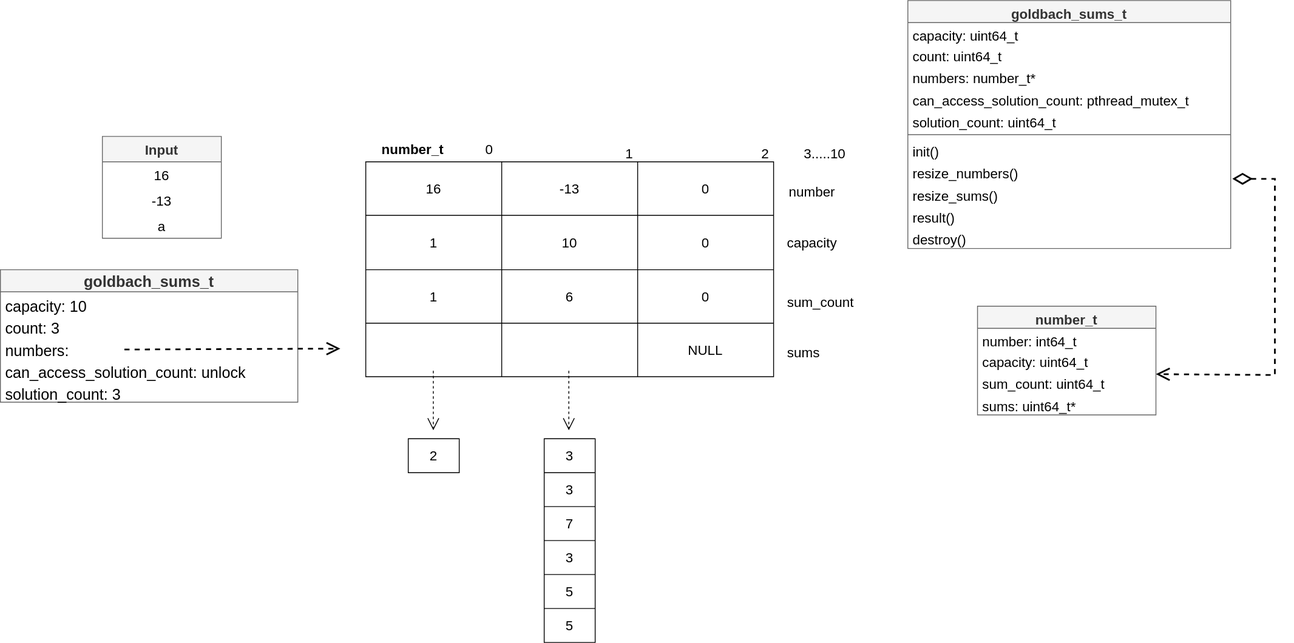
Earlier version of the draw.io export homeworks/goldbach_pthread/design/SVG/EstructuraDeDatos.drawio.svg (daperez03/CI-0117-Parallel-Workshops). Source tidied: cells renumbered, new cells last; positions are measured from the earlier drawing's top-left corner, leaving out a move shared by most shapes.
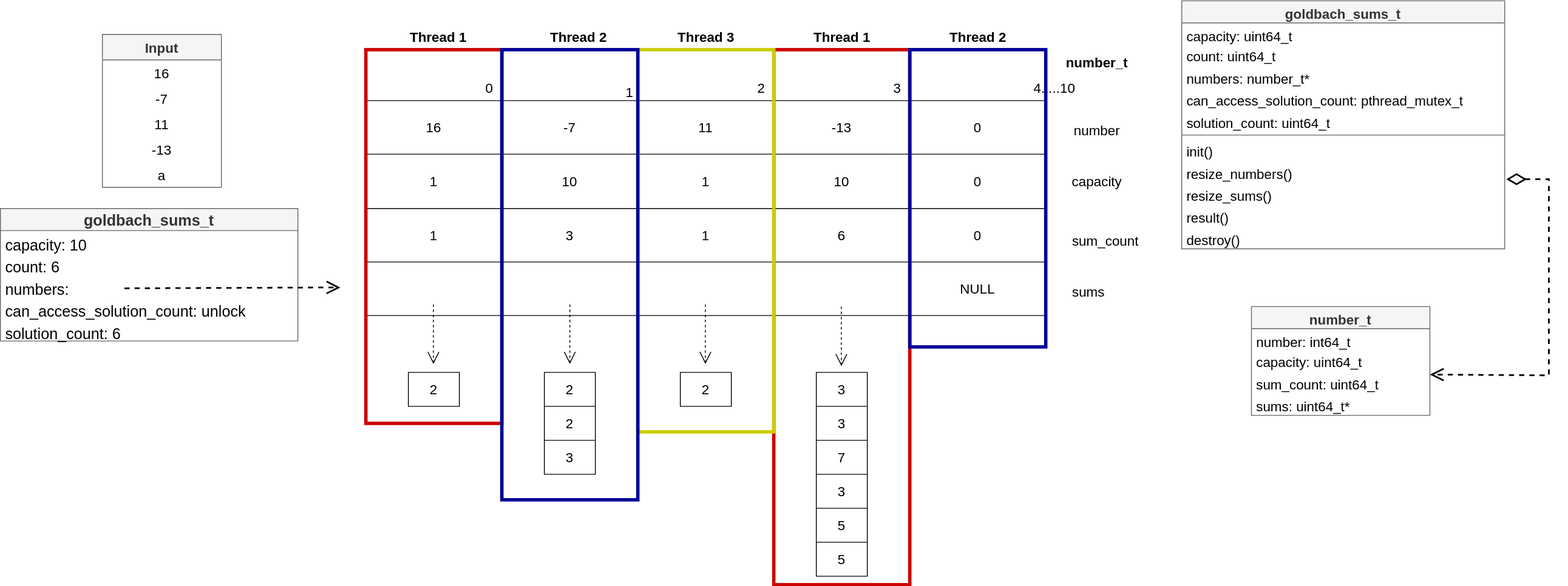
Above is the later version.

Commit message:
Modificacion de diagrama UML, representacion de hilos

What changed in the source:
```diff
@@ -5,6 +5,6 @@
     <mxCell id="2" style="shape=table;html=1;whiteSpace=wrap;startSize=0;fontSize=16;" parent="1" vertex="1">
-      <mxGeometry x="430" y="190" width="480" height="253" as="geometry" />
+      <mxGeometry x="430" y="190" width="800" height="253" as="geometry" />
     </mxCell>
     <mxCell id="3" style="shape=tableRow;horizontal=0;startSize=0;swimlaneHead=0;swimlaneBody=0;top=0;left=0;bottom=0;right=0;fillColor=none;" parent="2" vertex="1">
-      <mxGeometry width="480" height="63" as="geometry" />
+      <mxGeometry width="800" height="63" as="geometry" />
     </mxCell>
@@ -13,10 +13,16 @@
     </mxCell>
+    <mxCell id="75" value="-7" style="shape=partialRectangle;html=1;whiteSpace=wrap;fillColor=none;top=0;left=0;bottom=0;right=0;overflow=hidden;fontSize=16;" parent="3" vertex="1">
+      <mxGeometry x="160" width="160" height="63" as="geometry" />
+    </mxCell>
+    <mxCell id="76" value="&lt;font style=&quot;font-size: 16px;&quot;&gt;11&lt;/font&gt;" style="shape=partialRectangle;html=1;whiteSpace=wrap;fillColor=none;top=0;left=0;bottom=0;right=0;overflow=hidden;" parent="3" vertex="1">
+      <mxGeometry x="320" width="160" height="63" as="geometry" />
+    </mxCell>
     <mxCell id="5" value="&lt;font style=&quot;font-size: 16px;&quot;&gt;-13&lt;/font&gt;" style="shape=partialRectangle;html=1;whiteSpace=wrap;fillColor=none;top=0;left=0;bottom=0;right=0;overflow=hidden;" parent="3" vertex="1">
-      <mxGeometry x="160" width="160" height="63" as="geometry" />
+      <mxGeometry x="480" width="160" height="63" as="geometry" />
     </mxCell>
     <mxCell id="6" value="&lt;font style=&quot;font-size: 16px;&quot;&gt;0&lt;/font&gt;" style="shape=partialRectangle;html=1;whiteSpace=wrap;fillColor=none;top=0;left=0;bottom=0;right=0;overflow=hidden;" parent="3" vertex="1">
-      <mxGeometry x="320" width="160" height="63" as="geometry" />
+      <mxGeometry x="640" width="160" height="63" as="geometry" />
     </mxCell>
     <mxCell id="7" style="shape=tableRow;horizontal=0;startSize=0;swimlaneHead=0;swimlaneBody=0;top=0;left=0;bottom=0;right=0;fillColor=none;fontSize=16;" parent="2" vertex="1">
-      <mxGeometry y="63" width="480" height="64" as="geometry" />
+      <mxGeometry y="63" width="800" height="64" as="geometry" />
     </mxCell>
@@ -25,10 +31,16 @@
     </mxCell>
+    <mxCell id="77" value="10" style="shape=partialRectangle;html=1;whiteSpace=wrap;fillColor=none;top=0;left=0;bottom=0;right=0;overflow=hidden;fontSize=16;" parent="7" vertex="1">
+      <mxGeometry x="160" width="160" height="64" as="geometry" />
+    </mxCell>
+    <mxCell id="78" value="1" style="shape=partialRectangle;html=1;whiteSpace=wrap;fillColor=none;top=0;left=0;bottom=0;right=0;overflow=hidden;fontSize=16;" parent="7" vertex="1">
+      <mxGeometry x="320" width="160" height="64" as="geometry" />
+    </mxCell>
     <mxCell id="9" value="10" style="shape=partialRectangle;html=1;whiteSpace=wrap;fillColor=none;top=0;left=0;bottom=0;right=0;overflow=hidden;fontSize=16;" parent="7" vertex="1">
-      <mxGeometry x="160" width="160" height="64" as="geometry" />
+      <mxGeometry x="480" width="160" height="64" as="geometry" />
     </mxCell>
     <mxCell id="10" value="0" style="shape=partialRectangle;html=1;whiteSpace=wrap;fillColor=none;top=0;left=0;bottom=0;right=0;overflow=hidden;fontSize=16;" parent="7" vertex="1">
-      <mxGeometry x="320" width="160" height="64" as="geometry" />
+      <mxGeometry x="640" width="160" height="64" as="geometry" />
     </mxCell>
     <mxCell id="11" style="shape=tableRow;horizontal=0;startSize=0;swimlaneHead=0;swimlaneBody=0;top=0;left=0;bottom=0;right=0;fillColor=none;fontSize=16;" parent="2" vertex="1">
-      <mxGeometry y="127" width="480" height="63" as="geometry" />
+      <mxGeometry y="127" width="800" height="63" as="geometry" />
     </mxCell>
@@ -37,10 +49,16 @@
     </mxCell>
+    <mxCell id="79" value="3" style="shape=partialRectangle;html=1;whiteSpace=wrap;fillColor=none;top=0;left=0;bottom=0;right=0;overflow=hidden;fontSize=16;" parent="11" vertex="1">
+      <mxGeometry x="160" width="160" height="63" as="geometry" />
+    </mxCell>
+    <mxCell id="80" value="1" style="shape=partialRectangle;html=1;whiteSpace=wrap;fillColor=none;top=0;left=0;bottom=0;right=0;overflow=hidden;fontSize=16;" parent="11" vertex="1">
+      <mxGeometry x="320" width="160" height="63" as="geometry" />
+    </mxCell>
     <mxCell id="13" value="6" style="shape=partialRectangle;html=1;whiteSpace=wrap;fillColor=none;top=0;left=0;bottom=0;right=0;overflow=hidden;fontSize=16;" parent="11" vertex="1">
-      <mxGeometry x="160" width="160" height="63" as="geometry" />
+      <mxGeometry x="480" width="160" height="63" as="geometry" />
     </mxCell>
     <mxCell id="14" value="0" style="shape=partialRectangle;html=1;whiteSpace=wrap;fillColor=none;top=0;left=0;bottom=0;right=0;overflow=hidden;fontSize=16;" parent="11" vertex="1">
-      <mxGeometry x="320" width="160" height="63" as="geometry" />
+      <mxGeometry x="640" width="160" height="63" as="geometry" />
     </mxCell>
     <mxCell id="15" style="shape=tableRow;horizontal=0;startSize=0;swimlaneHead=0;swimlaneBody=0;top=0;left=0;bottom=0;right=0;fillColor=none;fontSize=16;" parent="2" vertex="1">
-      <mxGeometry y="190" width="480" height="63" as="geometry" />
+      <mxGeometry y="190" width="800" height="63" as="geometry" />
     </mxCell>
@@ -49,13 +67,19 @@
     </mxCell>
+    <mxCell id="81" style="shape=partialRectangle;html=1;whiteSpace=wrap;fillColor=none;top=0;left=0;bottom=0;right=0;overflow=hidden;fontSize=16;" parent="15" vertex="1">
+      <mxGeometry x="160" width="160" height="63" as="geometry" />
+    </mxCell>
+    <mxCell id="82" style="shape=partialRectangle;html=1;whiteSpace=wrap;fillColor=none;top=0;left=0;bottom=0;right=0;overflow=hidden;fontSize=16;" parent="15" vertex="1">
+      <mxGeometry x="320" width="160" height="63" as="geometry" />
+    </mxCell>
     <mxCell id="17" style="shape=partialRectangle;html=1;whiteSpace=wrap;fillColor=none;top=0;left=0;bottom=0;right=0;overflow=hidden;fontSize=16;" parent="15" vertex="1">
-      <mxGeometry x="160" width="160" height="63" as="geometry" />
+      <mxGeometry x="480" width="160" height="63" as="geometry" />
     </mxCell>
     <mxCell id="18" value="NULL" style="shape=partialRectangle;html=1;whiteSpace=wrap;fillColor=none;top=0;left=0;bottom=0;right=0;overflow=hidden;fontSize=16;" parent="15" vertex="1">
-      <mxGeometry x="320" width="160" height="63" as="geometry" />
+      <mxGeometry x="640" width="160" height="63" as="geometry" />
     </mxCell>
     <mxCell id="19" value="&lt;b style=&quot;font-size: 16px;&quot;&gt;number_t&lt;/b&gt;" style="text;html=1;align=center;verticalAlign=middle;strokeColor=none;fillColor=none;fontSize=16;" parent="1" vertex="1">
-      <mxGeometry x="430" y="160" width="110" height="30" as="geometry" />
+      <mxGeometry x="1235" y="130" width="110" height="30" as="geometry" />
     </mxCell>
     <mxCell id="20" value="Input" style="swimlane;fontStyle=1;horizontal=1;startSize=30;fontSize=16;fillColor=#f5f5f5;strokeColor=#666666;fontColor=#333333;" parent="1" vertex="1">
-      <mxGeometry x="120" y="160" width="140" height="120" as="geometry" />
+      <mxGeometry x="120" y="112" width="140" height="180" as="geometry" />
     </mxCell>
@@ -64,10 +88,16 @@
     </mxCell>
+    <mxCell id="83" value="-7" style="text;strokeColor=none;fillColor=none;align=center;verticalAlign=middle;spacingLeft=4;spacingRight=4;overflow=hidden;fontSize=16;" parent="20" vertex="1">
+      <mxGeometry y="60" width="140" height="30" as="geometry" />
+    </mxCell>
+    <mxCell id="84" value="11" style="text;strokeColor=none;fillColor=none;align=center;verticalAlign=middle;spacingLeft=4;spacingRight=4;overflow=hidden;fontSize=16;" parent="20" vertex="1">
+      <mxGeometry y="90" width="140" height="30" as="geometry" />
+    </mxCell>
     <mxCell id="22" value="-13" style="text;strokeColor=none;fillColor=none;align=center;verticalAlign=middle;spacingLeft=4;spacingRight=4;overflow=hidden;fontSize=16;" parent="20" vertex="1">
-      <mxGeometry y="60" width="140" height="30" as="geometry" />
+      <mxGeometry y="120" width="140" height="30" as="geometry" />
     </mxCell>
     <mxCell id="23" value="a" style="text;strokeColor=none;fillColor=none;align=center;verticalAlign=middle;spacingLeft=4;spacingRight=4;overflow=hidden;fontSize=16;" parent="20" vertex="1">
-      <mxGeometry y="90" width="140" height="30" as="geometry" />
+      <mxGeometry y="150" width="140" height="30" as="geometry" />
     </mxCell>
     <mxCell id="24" value="goldbach_sums_t" style="swimlane;fontStyle=1;align=center;verticalAlign=top;horizontal=1;startSize=26;fontSize=16;fillColor=#f5f5f5;fontColor=#333333;strokeColor=#666666;" parent="1" vertex="1">
-      <mxGeometry x="1068" width="380" height="292" as="geometry" />
+      <mxGeometry x="1390" y="72.5" width="380" height="292" as="geometry" />
     </mxCell>
@@ -107,9 +137,9 @@
     <mxCell id="36" value="sums" style="text;html=1;align=center;verticalAlign=middle;strokeColor=none;fillColor=none;fontSize=16;" parent="1" vertex="1">
-      <mxGeometry x="910" y="400" width="70" height="30" as="geometry" />
+      <mxGeometry x="1245" y="400" width="70" height="30" as="geometry" />
     </mxCell>
     <mxCell id="37" value="sum_count" style="text;html=1;align=center;verticalAlign=middle;strokeColor=none;fillColor=none;fontSize=16;" parent="1" vertex="1">
-      <mxGeometry x="910" y="340" width="110" height="30" as="geometry" />
+      <mxGeometry x="1245" y="340" width="110" height="30" as="geometry" />
     </mxCell>
     <mxCell id="38" value="number" style="text;html=1;align=center;verticalAlign=middle;strokeColor=none;fillColor=none;fontSize=16;" parent="1" vertex="1">
-      <mxGeometry x="910" y="210" width="90" height="30" as="geometry" />
+      <mxGeometry x="1245" y="210" width="90" height="30" as="geometry" />
     </mxCell>
@@ -122,6 +152,6 @@
     <mxCell id="41" value="2" style="text;html=1;align=center;verticalAlign=middle;strokeColor=none;fillColor=none;fontSize=16;" parent="1" vertex="1">
-      <mxGeometry x="885" y="165" width="30" height="30" as="geometry" />
+      <mxGeometry x="880" y="160" width="30" height="30" as="geometry" />
     </mxCell>
-    <mxCell id="42" value="3.....10" style="text;html=1;align=center;verticalAlign=middle;strokeColor=none;fillColor=none;fontSize=16;" parent="1" vertex="1">
-      <mxGeometry x="930" y="165" width="80" height="30" as="geometry" />
+    <mxCell id="42" value="4.....10" style="text;html=1;align=center;verticalAlign=middle;strokeColor=none;fillColor=none;fontSize=16;" parent="1" vertex="1">
+      <mxGeometry x="1200" y="160" width="80" height="30" as="geometry" />
     </mxCell>
@@ -129,4 +159,4 @@
       <mxGeometry relative="1" as="geometry">
-        <mxPoint x="669" y="436" as="sourcePoint" />
-        <mxPoint x="669" y="506" as="targetPoint" />
+        <mxPoint x="989.5" y="432.5" as="sourcePoint" />
+        <mxPoint x="989.5" y="502.5" as="targetPoint" />
       </mxGeometry>
@@ -135,4 +165,4 @@
       <mxGeometry relative="1" as="geometry">
-        <mxPoint x="509.5" y="436" as="sourcePoint" />
-        <mxPoint x="509.5" y="506" as="targetPoint" />
+        <mxPoint x="509.5" y="430" as="sourcePoint" />
+        <mxPoint x="509.5" y="500" as="targetPoint" />
       </mxGeometry>
@@ -140,3 +170,3 @@
     <mxCell id="45" style="shape=table;html=1;whiteSpace=wrap;startSize=0;fontSize=16;" parent="1" vertex="1">
-      <mxGeometry x="480" y="516" width="60" height="40" as="geometry" />
+      <mxGeometry x="480" y="510" width="60" height="40" as="geometry" />
     </mxCell>
@@ -149,3 +179,3 @@
     <mxCell id="48" style="shape=table;html=1;whiteSpace=wrap;startSize=0;fontSize=16;" parent="1" vertex="1">
-      <mxGeometry x="640" y="516" width="60" height="240" as="geometry" />
+      <mxGeometry x="960" y="510" width="60" height="240" as="geometry" />
     </mxCell>
@@ -193,3 +223,3 @@
     </mxCell>
-    <mxCell id="63" value="count: 3" style="text;strokeColor=none;fillColor=none;align=left;verticalAlign=top;spacingLeft=4;spacingRight=4;overflow=hidden;fontSize=18;" parent="61" vertex="1">
+    <mxCell id="63" value="count: 6" style="text;strokeColor=none;fillColor=none;align=left;verticalAlign=top;spacingLeft=4;spacingRight=4;overflow=hidden;fontSize=18;" parent="61" vertex="1">
       <mxGeometry y="52" width="350" height="26" as="geometry" />
@@ -202,3 +232,3 @@
     </mxCell>
-    <mxCell id="66" value="solution_count: 3" style="text;strokeColor=none;fillColor=none;align=left;verticalAlign=top;spacingLeft=4;spacingRight=4;overflow=hidden;fontSize=18;" parent="61" vertex="1">
+    <mxCell id="66" value="solution_count: 6" style="text;strokeColor=none;fillColor=none;align=left;verticalAlign=top;spacingLeft=4;spacingRight=4;overflow=hidden;fontSize=18;" parent="61" vertex="1">
       <mxGeometry y="130" width="350" height="26" as="geometry" />
@@ -214,6 +244,6 @@
     <mxCell id="68" value="capacity" style="text;html=1;align=center;verticalAlign=middle;strokeColor=none;fillColor=none;fontSize=16;" parent="1" vertex="1">
-      <mxGeometry x="910" y="270" width="90" height="30" as="geometry" />
+      <mxGeometry x="1245" y="270" width="90" height="30" as="geometry" />
     </mxCell>
     <mxCell id="69" value="number_t" style="swimlane;fontStyle=1;align=center;verticalAlign=top;horizontal=1;startSize=26;fontSize=16;fillColor=#f5f5f5;fontColor=#333333;strokeColor=#666666;" parent="1" vertex="1">
-      <mxGeometry x="1150" y="360" width="210" height="128" as="geometry" />
+      <mxGeometry x="1472" y="432.5" width="210" height="128" as="geometry" />
     </mxCell>
@@ -233,6 +263,6 @@
       <mxGeometry x="-1" y="3" relative="1" as="geometry">
-        <mxPoint x="1450" y="210" as="sourcePoint" />
+        <mxPoint x="1772" y="282.5" as="sourcePoint" />
         <Array as="points">
-          <mxPoint x="1500" y="210" />
-          <mxPoint x="1500" y="441" />
+          <mxPoint x="1822" y="282.5" />
+          <mxPoint x="1822" y="513.5" />
         </Array>
@@ -240,2 +270,77 @@
     </mxCell>
+    <mxCell id="85" value="3" style="text;html=1;align=center;verticalAlign=middle;strokeColor=none;fillColor=none;fontSize=16;" parent="1" vertex="1">
+      <mxGeometry x="1040" y="160" width="30" height="30" as="geometry" />
+    </mxCell>
+    <mxCell id="86" value="&lt;b&gt;Thread 1&lt;/b&gt;" style="text;html=1;align=center;verticalAlign=middle;strokeColor=none;fillColor=none;fontSize=16;" parent="1" vertex="1">
+      <mxGeometry x="465" y="100" width="100" height="30" as="geometry" />
+    </mxCell>
+    <mxCell id="87" value="&lt;b&gt;Thread 1&lt;/b&gt;" style="text;html=1;align=center;verticalAlign=middle;strokeColor=none;fillColor=none;fontSize=16;" parent="1" vertex="1">
+      <mxGeometry x="940" y="100" width="100" height="30" as="geometry" />
+    </mxCell>
+    <mxCell id="88" style="endArrow=open;endFill=1;endSize=12;html=1;rounded=0;fontSize=16;dashed=1;" parent="1" edge="1">
+      <mxGeometry relative="1" as="geometry">
+        <mxPoint x="670" y="430" as="sourcePoint" />
+        <mxPoint x="670" y="500" as="targetPoint" />
+      </mxGeometry>
+    </mxCell>
+    <mxCell id="89" style="shape=table;html=1;whiteSpace=wrap;startSize=0;fontSize=16;" parent="1" vertex="1">
+      <mxGeometry x="640" y="510" width="60" height="120" as="geometry" />
+    </mxCell>
+    <mxCell id="90" style="shape=tableRow;horizontal=0;startSize=0;swimlaneHead=0;swimlaneBody=0;top=0;left=0;bottom=0;right=0;fillColor=none;fontSize=16;" parent="89" vertex="1">
+      <mxGeometry width="60" height="40" as="geometry" />
+    </mxCell>
+    <mxCell id="91" value="2" style="shape=partialRectangle;html=1;whiteSpace=wrap;fillColor=none;top=0;left=0;bottom=0;right=0;overflow=hidden;fontSize=16;" parent="90" vertex="1">
+      <mxGeometry width="60" height="40" as="geometry" />
+    </mxCell>
+    <mxCell id="92" style="shape=tableRow;horizontal=0;startSize=0;swimlaneHead=0;swimlaneBody=0;top=0;left=0;bottom=0;right=0;fillColor=none;fontSize=16;" parent="89" vertex="1">
+      <mxGeometry y="40" width="60" height="40" as="geometry" />
+    </mxCell>
+    <mxCell id="93" value="2" style="shape=partialRectangle;html=1;whiteSpace=wrap;fillColor=none;top=0;left=0;bottom=0;right=0;overflow=hidden;fontSize=16;" parent="92" vertex="1">
+      <mxGeometry width="60" height="40" as="geometry" />
+    </mxCell>
+    <mxCell id="94" style="shape=tableRow;horizontal=0;startSize=0;swimlaneHead=0;swimlaneBody=0;top=0;left=0;bottom=0;right=0;fillColor=none;fontSize=16;" parent="89" vertex="1">
+      <mxGeometry y="80" width="60" height="40" as="geometry" />
+    </mxCell>
+    <mxCell id="95" value="3" style="shape=partialRectangle;html=1;whiteSpace=wrap;fillColor=none;top=0;left=0;bottom=0;right=0;overflow=hidden;fontSize=16;" parent="94" vertex="1">
+      <mxGeometry width="60" height="40" as="geometry" />
+    </mxCell>
+    <mxCell id="96" style="endArrow=open;endFill=1;endSize=12;html=1;rounded=0;fontSize=16;dashed=1;" parent="1" edge="1">
+      <mxGeometry relative="1" as="geometry">
+        <mxPoint x="829.5" y="430" as="sourcePoint" />
+        <mxPoint x="829.5" y="500" as="targetPoint" />
+      </mxGeometry>
+    </mxCell>
+    <mxCell id="97" style="shape=table;html=1;whiteSpace=wrap;startSize=0;fontSize=16;" parent="1" vertex="1">
+      <mxGeometry x="800" y="510" width="60" height="40" as="geometry" />
+    </mxCell>
+    <mxCell id="98" style="shape=tableRow;horizontal=0;startSize=0;swimlaneHead=0;swimlaneBody=0;top=0;left=0;bottom=0;right=0;fillColor=none;fontSize=16;" parent="97" vertex="1">
+      <mxGeometry width="60" height="40" as="geometry" />
+    </mxCell>
+    <mxCell id="99" value="2" style="shape=partialRectangle;html=1;whiteSpace=wrap;fillColor=none;top=0;left=0;bottom=0;right=0;overflow=hidden;fontSize=16;" parent="98" vertex="1">
+      <mxGeometry width="60" height="40" as="geometry" />
+    </mxCell>
+    <mxCell id="100" style="rounded=0;whiteSpace=wrap;html=1;fillColor=none;strokeColor=#CC0000;strokeWidth=4;" parent="1" vertex="1">
+      <mxGeometry x="430" y="130" width="160" height="440" as="geometry" />
+    </mxCell>
+    <mxCell id="101" style="rounded=0;whiteSpace=wrap;html=1;fillColor=none;strokeColor=#CC0000;strokeWidth=4;" parent="1" vertex="1">
+      <mxGeometry x="910" y="130" width="160" height="630" as="geometry" />
+    </mxCell>
+    <mxCell id="102" style="rounded=0;whiteSpace=wrap;html=1;fillColor=none;strokeColor=#CCCC00;strokeWidth=4;" parent="1" vertex="1">
+      <mxGeometry x="750" y="130" width="160" height="450" as="geometry" />
+    </mxCell>
+    <mxCell id="103" value="&lt;b&gt;Thread 3&lt;br&gt;&lt;/b&gt;" style="text;html=1;align=center;verticalAlign=middle;strokeColor=none;fillColor=none;fontSize=16;" parent="1" vertex="1">
+      <mxGeometry x="780" y="100" width="100" height="30" as="geometry" />
+    </mxCell>
+    <mxCell id="104" style="rounded=0;whiteSpace=wrap;html=1;fillColor=none;strokeColor=#000099;strokeWidth=4;" parent="1" vertex="1">
+      <mxGeometry x="590" y="130" width="160" height="530" as="geometry" />
+    </mxCell>
+    <mxCell id="105" value="&lt;b&gt;Thread 2&lt;br&gt;&lt;/b&gt;" style="text;html=1;align=center;verticalAlign=middle;strokeColor=none;fillColor=none;fontSize=16;" parent="1" vertex="1">
+      <mxGeometry x="630" y="100" width="100" height="30" as="geometry" />
+    </mxCell>
+    <mxCell id="106" value="&lt;b&gt;Thread 2&lt;br&gt;&lt;/b&gt;" style="text;html=1;align=center;verticalAlign=middle;strokeColor=none;fillColor=none;fontSize=16;" parent="1" vertex="1">
+      <mxGeometry x="1100" y="100" width="100" height="30" as="geometry" />
+    </mxCell>
+    <mxCell id="107" style="rounded=0;whiteSpace=wrap;html=1;fillColor=none;strokeColor=#000099;strokeWidth=4;" parent="1" vertex="1">
+      <mxGeometry x="1070" y="130" width="160" height="350" as="geometry" />
+    </mxCell>
   </root>
```
